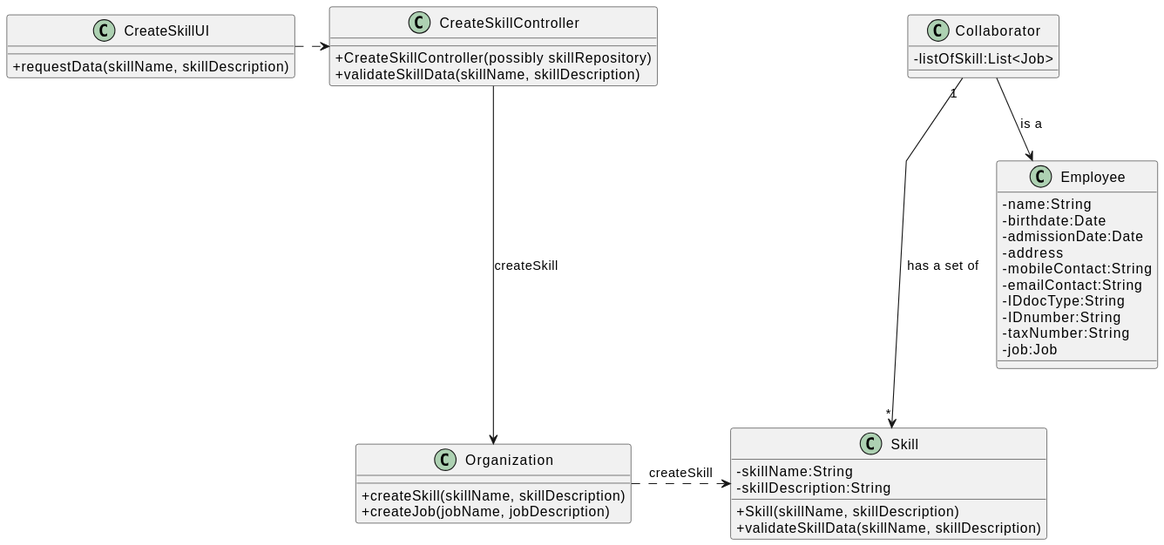
Before: docs/sprintB/us01/03.design/svg/us01-class-diagram.svg, a diagram exported from PlantUML (Paulo-Pereira-at-ISEP/lei-24-s2-1nanb-g321).
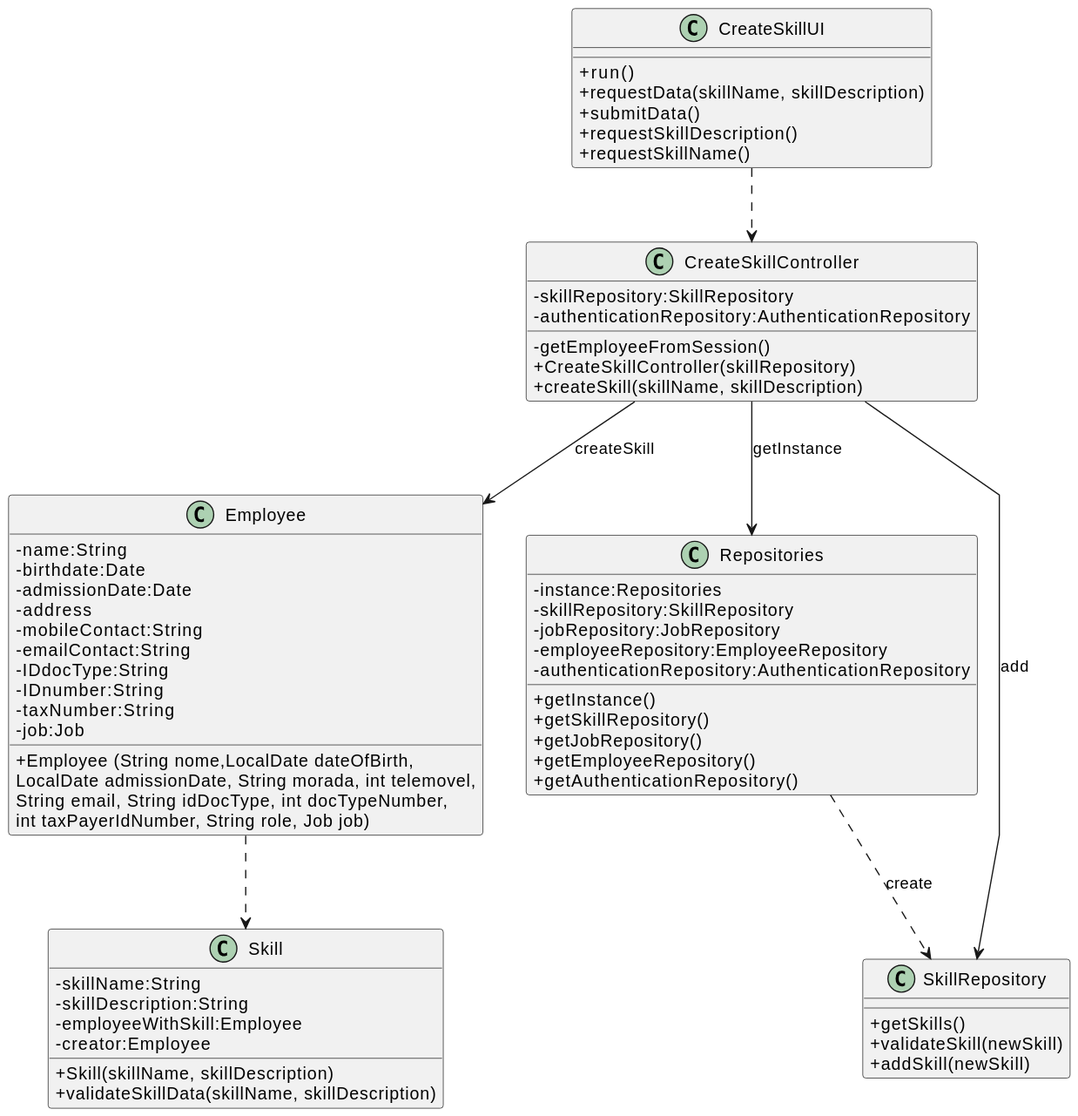
After the change.

The edit, as a diff of the source:
```diff
@@ -7,14 +7,23 @@
 
 
 class CreateSkillController {
-    + CreateSkillController(possibly skillRepository)
-    + validateSkillData(skillName, skillDescription)
+    -skillRepository:SkillRepository
+    -authenticationRepository:AuthenticationRepository
+
+
+    -getEmployeeFromSession()
+    + CreateSkillController(skillRepository)
+    + createSkill(skillName, skillDescription)
 
 }
 
 
 class CreateSkillUI {
+    +run()
     +requestData(skillName, skillDescription)
+    +submitData()
+    +requestSkillDescription()
+    +requestSkillName()
 }
 
 
@@ -30,29 +39,47 @@
     -taxNumber:String
     -job:Job
 
+    +Employee (String nome,LocalDate dateOfBirth,\nLocalDate admissionDate, String morada, int telemovel,\nString email, String idDocType, int docTypeNumber,\nint taxPayerIdNumber, String role, Job job)
 }
 
-class Collaborator {
-    -listOfSkill:List<Job>
+class Repositories{
+    - instance:Repositories
+    - skillRepository:SkillRepository
+    - jobRepository:JobRepository
+    - employeeRepository:EmployeeRepository
+    -authenticationRepository:AuthenticationRepository
+
+
+    + getInstance()
+    + getSkillRepository()
+    + getJobRepository()
+    + getEmployeeRepository()
+    + getAuthenticationRepository()
 }
 
-class Organization {
-    +createSkill(skillName, skillDescription)
-    +createJob(jobName, jobDescription)
+class SkillRepository{
+    + getSkills()
+    + validateSkill(newSkill)
+    + addSkill(newSkill)
 }
-
 
 class Skill {
     -skillName:String
     -skillDescription:String
+    -employeeWithSkill:Employee
+    -creator:Employee
 
     +Skill(skillName, skillDescription)
     +validateSkillData(skillName, skillDescription)
 }
 
-CreateSkillUI .> CreateSkillController
-Collaborator "1" ---> "*" Skill : has a set of
-CreateSkillController --->  Organization : createSkill
-Organization .> Skill : createSkill
-Collaborator --> Employee : is a
+CreateSkillUI ..> CreateSkillController
+CreateSkillController -->  Repositories : getInstance
+Repositories ..> SkillRepository : create
+
+CreateSkillController --> Employee : createSkill
+
+Employee ..>Skill
+
+CreateSkillController --> SkillRepository: add
 @enduml
```
